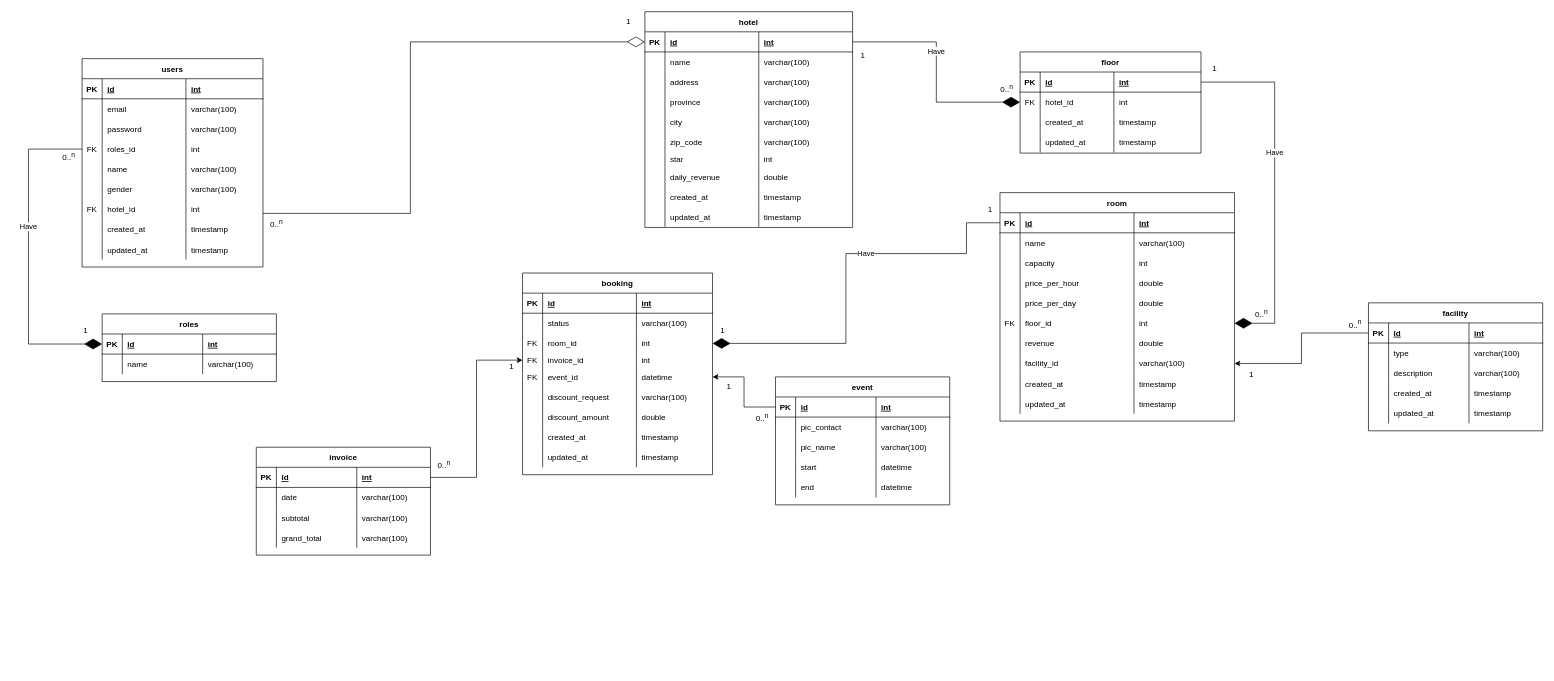
Before: page "ERD Practice" (2 of 5) of entity_relationship_diagram/Booking_hotel.drawio in ariejanuarb/hotel_booking, a draw.io diagram. Source tidied: cells renumbered, new cells numbered last; positions are measured from the earlier drawing's top-left corner, leaving out a move shared by most shapes. Both pictures are drawn from the tidied source at 67%, with x=0, y=0 at pixel (28, 11).
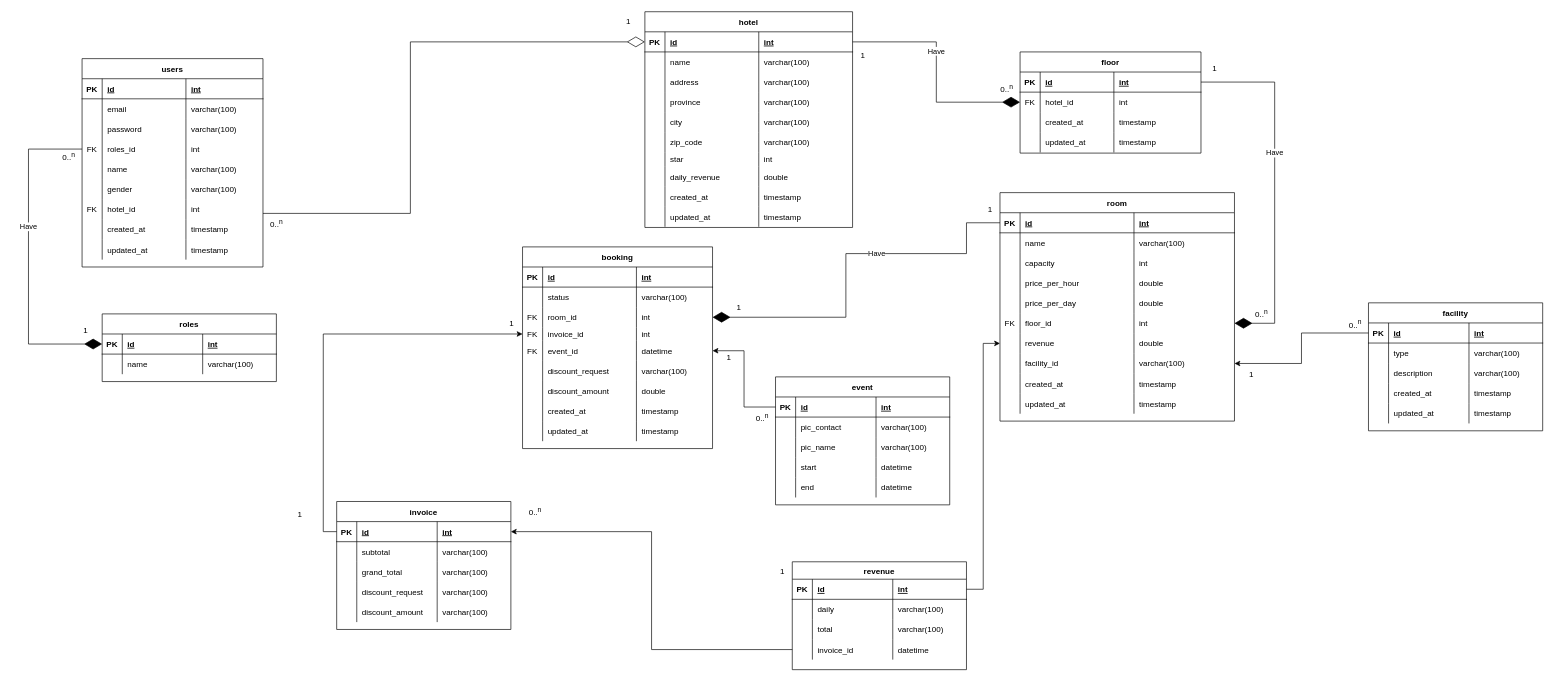
After the change.

The change refers to these unchanged cells:
```xml
<mxCell id="66" style="shape=partialRectangle;fillColor=none;points=[[0,0.5],[1,0.5]];portConstraint=eastwest;top=0;left=0;right=0;bottom=1;" parent="65" vertex="1">
  <mxGeometry y="30" width="350" height="30" as="geometry" />
</mxCell>
<mxCell id="90" style="shape=partialRectangle;fillColor=none;points=[[0,0.5],[1,0.5]];portConstraint=eastwest;top=0;left=0;right=0;bottom=0;" parent="65" vertex="1">
  <mxGeometry y="210" width="350" height="30" as="geometry" />
</mxCell>
<mxCell id="169" style="shape=partialRectangle;fillColor=none;points=[[0,0.5],[1,0.5]];portConstraint=eastwest;top=0;left=0;right=0;bottom=0;" parent="160" vertex="1">
  <mxGeometry y="90" width="283.6" height="30" as="geometry" />
</mxCell>
<mxCell id="173" style="shape=partialRectangle;fillColor=none;points=[[0,0.5],[1,0.5]];portConstraint=eastwest;top=0;left=0;right=0;bottom=0;" parent="160" vertex="1">
  <mxGeometry y="120" width="283.6" height="20" as="geometry" />
</mxCell>
<mxCell id="252" style="shape=partialRectangle;fillColor=none;points=[[0,0.5],[1,0.5]];portConstraint=eastwest;top=0;left=0;right=0;bottom=1;" parent="251" vertex="1">
  <mxGeometry y="30" width="260" height="30" as="geometry" />
</mxCell>
```

What changed in the source:
```diff
@@
     <mxCell id="158" style="endArrow=diamondThin;endFill=1;endSize=24;html=1;rounded=0;entryX=1;entryY=0.5;entryDx=0;entryDy=0;edgeStyle=orthogonalEdgeStyle;exitX=0;exitY=0.5;exitDx=0;exitDy=0;" parent="1" edge="1" source="66" target="169">
       <mxGeometry relative="1" as="geometry">
         <Array as="points">
           <mxPoint x="1400" y="315" />
           <mxPoint x="1400" y="361" />
           <mxPoint x="1220" y="361" />
-          <mxPoint x="1220" y="495" />
-          <mxPoint x="1021" y="495" />
+          <mxPoint x="1220" y="456" />
         </Array>
       </mxGeometry>
     </mxCell>
@@
     <mxCell id="160" value="booking" style="shape=table;startSize=30;childLayout=tableLayout;rowLines=0;fontStyle=1;align=center;" parent="1" vertex="1">
-      <mxGeometry x="737.4" y="390" width="283.6" height="301" as="geometry" />
+      <mxGeometry x="737.4" y="351" width="283.6" height="301" as="geometry" />
     </mxCell>
@@
     <mxCell id="198" value="1" style="text;html=1;align=center;verticalAlign=middle;strokeColor=none;fillColor=none;" parent="1" vertex="1">
-      <mxGeometry x="1021" y="461" width="30" height="30" as="geometry" />
+      <mxGeometry x="1045" y="425.5" width="30" height="30" as="geometry" />
     </mxCell>
@@
     <mxCell id="203" value="1" style="text;html=1;align=center;verticalAlign=middle;strokeColor=none;fillColor=none;" parent="1" vertex="1">
-      <mxGeometry x="706.4" y="515" width="30" height="30" as="geometry" />
+      <mxGeometry x="706.4" y="451" width="30" height="30" as="geometry" />
     </mxCell>
@@
-    <mxCell id="205" style="edgeStyle=orthogonalEdgeStyle;rounded=0;jettySize=auto;html=1;exitX=1;exitY=0.5;exitDx=0;exitDy=0;entryX=0;entryY=0.5;entryDx=0;entryDy=0;" parent="1" edge="1" source="252" target="173">
+    <mxCell id="205" style="edgeStyle=orthogonalEdgeStyle;rounded=0;jettySize=auto;html=1;exitX=0;exitY=0.5;exitDx=0;exitDy=0;entryX=0;entryY=0.5;entryDx=0;entryDy=0;" parent="1" edge="1" source="252" target="173">
       <mxGeometry relative="1" as="geometry" />
     </mxCell>
@@
     <mxCell id="251" value="invoice" style="shape=table;startSize=30;childLayout=tableLayout;rowLines=0;fontStyle=1;align=center;" parent="1" vertex="1">
-      <mxGeometry x="340" y="650" width="260" height="161" as="geometry" />
+      <mxGeometry x="460" y="731" width="260" height="191" as="geometry" />
     </mxCell>
@@
-    <mxCell id="256" style="shape=partialRectangle;fillColor=none;top=0;left=0;right=0;bottom=0;" parent="251" vertex="1">
-      <mxGeometry y="60" width="260" height="30" as="geometry" />
-    </mxCell>
-    <mxCell id="257" style="shape=partialRectangle;overflow=hidden;fillColor=none;top=0;left=0;bottom=0;right=0;" parent="256" vertex="1">
-      <mxGeometry width="30" height="30" as="geometry" />
-    </mxCell>
-    <mxCell id="258" value="date" style="shape=partialRectangle;overflow=hidden;fillColor=none;top=0;left=0;bottom=0;right=0;align=left;spacingLeft=6;" parent="256" vertex="1">
-      <mxGeometry x="30" width="120" height="30" as="geometry" />
-    </mxCell>
-    <mxCell id="259" value="varchar(100)" style="shape=partialRectangle;overflow=hidden;fillColor=none;top=0;left=0;bottom=0;right=0;align=left;spacingLeft=6;" parent="256" vertex="1">
-      <mxGeometry x="150" width="110" height="30" as="geometry" />
-    </mxCell>
     <mxCell id="260" style="shape=partialRectangle;fillColor=none;top=0;left=0;right=0;bottom=0;" parent="251" vertex="1">
-      <mxGeometry y="90" width="260" height="30" as="geometry" />
+      <mxGeometry y="60" width="260" height="30" as="geometry" />
     </mxCell>
@@
     <mxCell id="264" style="shape=partialRectangle;fillColor=none;top=0;left=0;right=0;bottom=0;" parent="251" vertex="1">
-      <mxGeometry y="120" width="260" height="30" as="geometry" />
+      <mxGeometry y="90" width="260" height="30" as="geometry" />
     </mxCell>
@@
+    <mxCell id="273" style="shape=partialRectangle;fillColor=none;top=0;left=0;right=0;bottom=0;" parent="251" vertex="1">
+      <mxGeometry y="120" width="260" height="30" as="geometry" />
+    </mxCell>
+    <mxCell id="274" style="shape=partialRectangle;overflow=hidden;fillColor=none;top=0;left=0;bottom=0;right=0;" parent="273" vertex="1">
+      <mxGeometry width="30" height="30" as="geometry" />
+    </mxCell>
+    <mxCell id="275" value="discount_request" style="shape=partialRectangle;overflow=hidden;fillColor=none;top=0;left=0;bottom=0;right=0;align=left;spacingLeft=6;" parent="273" vertex="1">
+      <mxGeometry x="30" width="120" height="30" as="geometry" />
+    </mxCell>
+    <mxCell id="276" value="varchar(100)" style="shape=partialRectangle;overflow=hidden;fillColor=none;top=0;left=0;bottom=0;right=0;align=left;spacingLeft=6;" parent="273" vertex="1">
+      <mxGeometry x="150" width="110" height="30" as="geometry" />
+    </mxCell>
+    <mxCell id="277" style="shape=partialRectangle;fillColor=none;top=0;left=0;right=0;bottom=0;" parent="251" vertex="1">
+      <mxGeometry y="150" width="260" height="30" as="geometry" />
+    </mxCell>
+    <mxCell id="278" style="shape=partialRectangle;overflow=hidden;fillColor=none;top=0;left=0;bottom=0;right=0;" parent="277" vertex="1">
+      <mxGeometry width="30" height="30" as="geometry" />
+    </mxCell>
+    <mxCell id="279" value="discount_amount" style="shape=partialRectangle;overflow=hidden;fillColor=none;top=0;left=0;bottom=0;right=0;align=left;spacingLeft=6;" parent="277" vertex="1">
+      <mxGeometry x="30" width="120" height="30" as="geometry" />
+    </mxCell>
+    <mxCell id="280" value="varchar(100)" style="shape=partialRectangle;overflow=hidden;fillColor=none;top=0;left=0;bottom=0;right=0;align=left;spacingLeft=6;" parent="277" vertex="1">
+      <mxGeometry x="150" width="110" height="30" as="geometry" />
+    </mxCell>
@@
     <mxCell id="269" value="0..&lt;sup&gt;n&lt;/sup&gt;" style="text;html=1;align=center;verticalAlign=middle;strokeColor=none;fillColor=none;" parent="1" vertex="1">
-      <mxGeometry x="600" y="661" width="40" height="30" as="geometry" />
+      <mxGeometry x="736.4" y="731" width="40" height="30" as="geometry" />
     </mxCell>
@@
     <mxCell id="271" value="1" style="text;html=1;align=center;verticalAlign=middle;strokeColor=none;fillColor=none;" parent="1" vertex="1">
-      <mxGeometry x="1030" y="545" width="30" height="30" as="geometry" />
+      <mxGeometry x="1030" y="501" width="30" height="30" as="geometry" />
     </mxCell>
@@
+    <mxCell id="281" value="revenue" style="shape=table;startSize=26;childLayout=tableLayout;rowLines=0;fontStyle=1;align=center;" parent="1" vertex="1">
+      <mxGeometry x="1140" y="821" width="260" height="161" as="geometry" />
+    </mxCell>
+    <mxCell id="282" style="shape=partialRectangle;fillColor=none;points=[[0,0.5],[1,0.5]];portConstraint=eastwest;top=0;left=0;right=0;bottom=1;" parent="281" vertex="1">
+      <mxGeometry y="26" width="260" height="30" as="geometry" />
+    </mxCell>
+    <mxCell id="283" value="PK" style="shape=partialRectangle;overflow=hidden;fillColor=none;top=0;left=0;bottom=0;right=0;fontStyle=1;" parent="282" vertex="1">
+      <mxGeometry width="30" height="30" as="geometry" />
+    </mxCell>
+    <mxCell id="284" value="id" style="shape=partialRectangle;overflow=hidden;fillColor=none;top=0;left=0;bottom=0;right=0;align=left;spacingLeft=6;fontStyle=5;" parent="282" vertex="1">
+      <mxGeometry x="30" width="120" height="30" as="geometry" />
+    </mxCell>
+    <mxCell id="285" value="int" style="shape=partialRectangle;overflow=hidden;fillColor=none;top=0;left=0;bottom=0;right=0;align=left;spacingLeft=6;fontStyle=5;" parent="282" vertex="1">
+      <mxGeometry x="150" width="110" height="30" as="geometry" />
+    </mxCell>
+    <mxCell id="286" style="shape=partialRectangle;fillColor=none;top=0;left=0;right=0;bottom=0;" parent="281" vertex="1">
+      <mxGeometry y="56" width="260" height="30" as="geometry" />
+    </mxCell>
+    <mxCell id="287" style="shape=partialRectangle;overflow=hidden;fillColor=none;top=0;left=0;bottom=0;right=0;" parent="286" vertex="1">
+      <mxGeometry width="30" height="30" as="geometry" />
+    </mxCell>
+    <mxCell id="288" value="daily" style="shape=partialRectangle;overflow=hidden;fillColor=none;top=0;left=0;bottom=0;right=0;align=left;spacingLeft=6;" parent="286" vertex="1">
+      <mxGeometry x="30" width="120" height="30" as="geometry" />
+    </mxCell>
+    <mxCell id="289" value="varchar(100)" style="shape=partialRectangle;overflow=hidden;fillColor=none;top=0;left=0;bottom=0;right=0;align=left;spacingLeft=6;" parent="286" vertex="1">
+      <mxGeometry x="150" width="110" height="30" as="geometry" />
+    </mxCell>
+    <mxCell id="290" style="shape=partialRectangle;fillColor=none;top=0;left=0;right=0;bottom=0;" parent="281" vertex="1">
+      <mxGeometry y="86" width="260" height="30" as="geometry" />
+    </mxCell>
+    <mxCell id="291" style="shape=partialRectangle;overflow=hidden;fillColor=none;top=0;left=0;bottom=0;right=0;" parent="290" vertex="1">
+      <mxGeometry width="30" height="30" as="geometry" />
+    </mxCell>
+    <mxCell id="292" value="total" style="shape=partialRectangle;overflow=hidden;fillColor=none;top=0;left=0;bottom=0;right=0;align=left;spacingLeft=6;" parent="290" vertex="1">
+      <mxGeometry x="30" width="120" height="30" as="geometry" />
+    </mxCell>
+    <mxCell id="293" value="varchar(100)" style="shape=partialRectangle;overflow=hidden;fillColor=none;top=0;left=0;bottom=0;right=0;align=left;spacingLeft=6;" parent="290" vertex="1">
+      <mxGeometry x="150" width="110" height="30" as="geometry" />
+    </mxCell>
+    <mxCell id="294" style="shape=partialRectangle;fillColor=none;points=[[0,0.5],[1,0.5]];portConstraint=eastwest;top=0;left=0;right=0;bottom=0;" parent="281" vertex="1">
+      <mxGeometry y="116" width="260" height="30" as="geometry" />
+    </mxCell>
+    <mxCell id="295" style="shape=partialRectangle;overflow=hidden;fillColor=none;top=0;left=0;bottom=0;right=0;" parent="294" vertex="1">
+      <mxGeometry width="30" height="30" as="geometry" />
+    </mxCell>
+    <mxCell id="296" value="invoice_id" style="shape=partialRectangle;overflow=hidden;fillColor=none;top=0;left=0;bottom=0;right=0;align=left;spacingLeft=6;" parent="294" vertex="1">
+      <mxGeometry x="30" width="120" height="30" as="geometry" />
+    </mxCell>
+    <mxCell id="297" value="datetime" style="shape=partialRectangle;overflow=hidden;fillColor=none;top=0;left=0;bottom=0;right=0;align=left;spacingLeft=6;" parent="294" vertex="1">
+      <mxGeometry x="150" width="110" height="30" as="geometry" />
+    </mxCell>
+    <mxCell id="298" style="edgeStyle=orthogonalEdgeStyle;rounded=0;jettySize=auto;html=1;exitX=0;exitY=0.5;exitDx=0;exitDy=0;entryX=1;entryY=0.5;entryDx=0;entryDy=0;" parent="1" edge="1" source="294" target="252">
+      <mxGeometry relative="1" as="geometry" />
+    </mxCell>
+    <mxCell id="299" style="edgeStyle=orthogonalEdgeStyle;rounded=0;jettySize=auto;html=1;exitX=1;exitY=0.5;exitDx=0;exitDy=0;entryX=0;entryY=0.5;entryDx=0;entryDy=0;" parent="1" edge="1" source="282" target="90">
+      <mxGeometry relative="1" as="geometry" />
+    </mxCell>
+    <mxCell id="300" value="1" style="text;html=1;align=center;verticalAlign=middle;strokeColor=none;fillColor=none;" parent="1" vertex="1">
+      <mxGeometry x="1110" y="821" width="30" height="30" as="geometry" />
+    </mxCell>
+    <mxCell id="301" value="1" style="text;html=1;align=center;verticalAlign=middle;strokeColor=none;fillColor=none;" parent="1" vertex="1">
+      <mxGeometry x="390" y="736" width="30" height="30" as="geometry" />
+    </mxCell>
```
